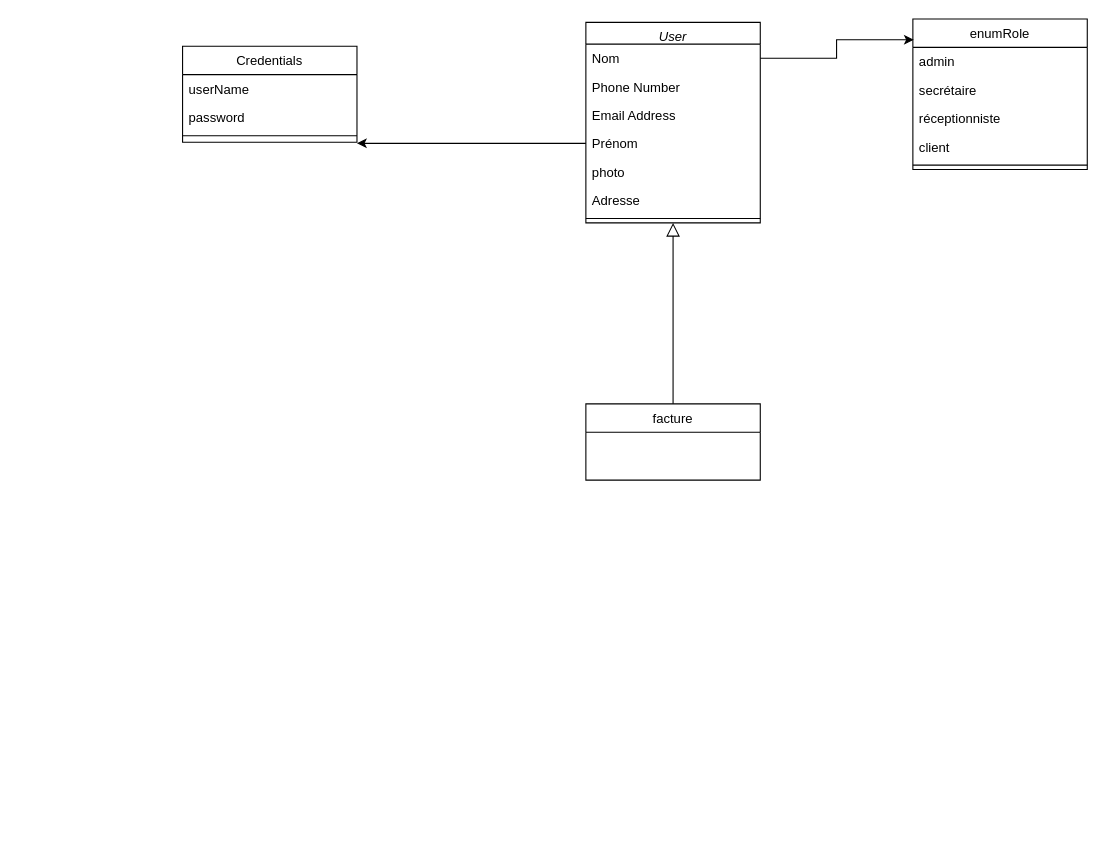
The draw.io diagram gestionGarage.drawio in DS1003/Sonatel-Academy, before the edit. Source tidied: cells renumbered, new cells numbered last; positions are measured from the earlier drawing's top-left corner, leaving out a move shared by most shapes. Both pictures are drawn from the tidied source at 109%, with x=0, y=0 at pixel (182, 19).
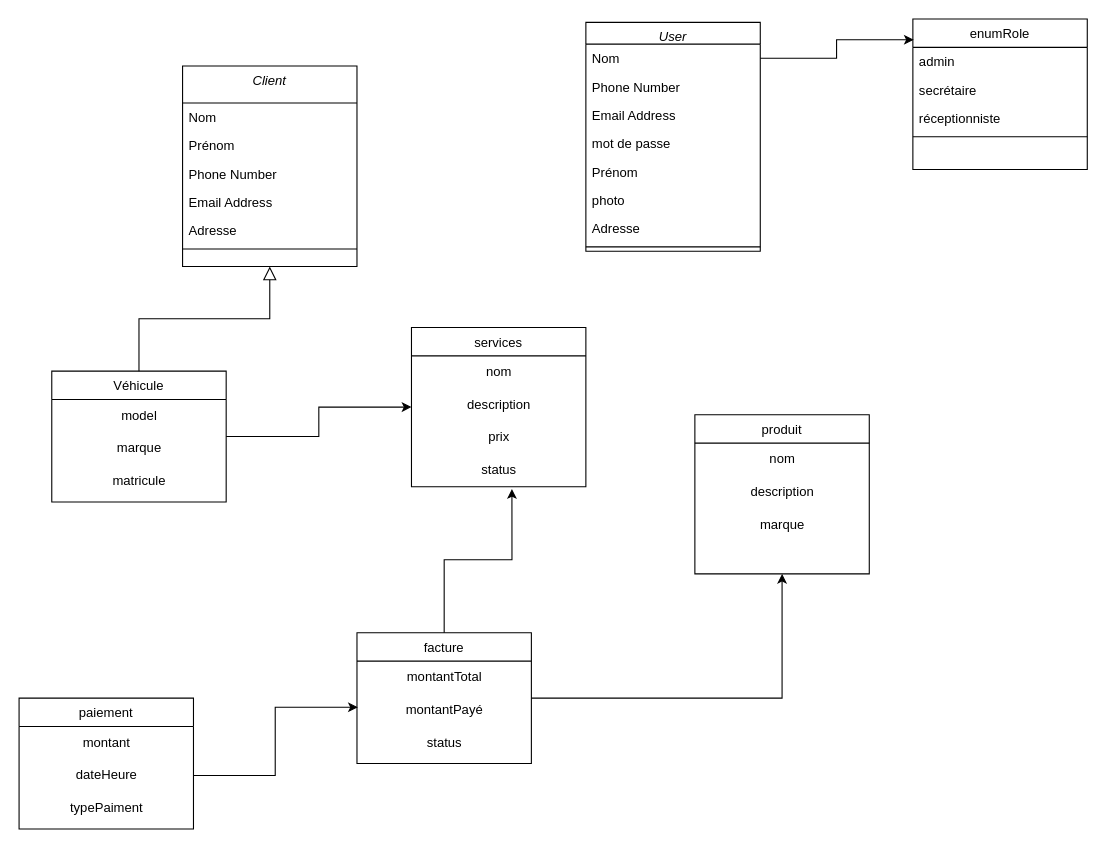
After the change.

Commit message (it also covers changes not shown here):
Mettre à jour gestionGarage.drawio

The change refers to these unchanged cells:
```xml
<mxCell id="17" value="enumRole" style="swimlane;fontStyle=0;align=center;verticalAlign=top;horizontal=1;startSize=26;rounded=0;shadow=0;strokeWidth=1;" parent="1" vertex="1">
  <mxGeometry x="670" width="160" height="138" as="geometry" />
</mxCell>
```

The edit, as a diff of the source:
```diff
@@
     <mxCell id="2" value="User" style="swimlane;fontStyle=2;align=center;verticalAlign=top;horizontal=1;startSize=20;rounded=0;shadow=0;strokeWidth=1;" parent="1" vertex="1">
-      <mxGeometry x="370" y="3" width="160" height="184" as="geometry" />
+      <mxGeometry x="370" y="3" width="160" height="210" as="geometry" />
     </mxCell>
@@
-    <mxCell id="6" style="edgeStyle=orthogonalEdgeStyle;rounded=0;jettySize=auto;html=1;" parent="2" edge="1" source="7">
-      <mxGeometry relative="1" as="geometry">
-        <mxPoint x="-210" y="111" as="targetPoint" />
-      </mxGeometry>
-    </mxCell>
+    <mxCell id="24" value="mot de passe" style="text;align=left;verticalAlign=top;spacingLeft=4;spacingRight=4;overflow=hidden;rounded=0;shadow=0;html=0;" parent="2" vertex="1">
+      <mxGeometry y="98" width="160" height="26" as="geometry" />
+    </mxCell>
     <mxCell id="7" value="Prénom" style="text;align=left;verticalAlign=top;spacingLeft=4;spacingRight=4;overflow=hidden;points=[[0,0.5],[1,0.5]];portConstraint=eastwest;" parent="2" vertex="1">
-      <mxGeometry y="98" width="160" height="26" as="geometry" />
+      <mxGeometry y="124" width="160" height="26" as="geometry" />
     </mxCell>
     <mxCell id="8" value="photo" style="text;align=left;verticalAlign=top;spacingLeft=4;spacingRight=4;overflow=hidden;rounded=0;shadow=0;html=0;" parent="2" vertex="1">
-      <mxGeometry y="124" width="160" height="26" as="geometry" />
+      <mxGeometry y="150" width="160" height="26" as="geometry" />
     </mxCell>
     <mxCell id="9" value="Adresse" style="text;align=left;verticalAlign=top;spacingLeft=4;spacingRight=4;overflow=hidden;rounded=0;shadow=0;html=0;" parent="2" vertex="1">
-      <mxGeometry y="150" width="160" height="26" as="geometry" />
+      <mxGeometry y="176" width="160" height="26" as="geometry" />
     </mxCell>
     <mxCell id="10" style="line;html=1;strokeWidth=1;align=left;verticalAlign=middle;spacingTop=-1;spacingLeft=3;spacingRight=3;labelPosition=right;" parent="2" vertex="1">
-      <mxGeometry y="176" width="160" height="8" as="geometry" />
+      <mxGeometry y="202" width="160" height="8" as="geometry" />
     </mxCell>
+    <mxCell id="25" style="edgeStyle=orthogonalEdgeStyle;rounded=0;jettySize=auto;html=1;" parent="1" edge="1" source="11" target="29">
+      <mxGeometry relative="1" as="geometry" />
+    </mxCell>
-    <mxCell id="11" value="facture" style="swimlane;fontStyle=0;align=center;verticalAlign=top;horizontal=1;startSize=26;rounded=0;shadow=0;strokeWidth=1;" parent="1" vertex="1">
-      <mxGeometry x="370" y="353" width="160" height="70" as="geometry" />
+    <mxCell id="11" value="Véhicule" style="swimlane;fontStyle=0;align=center;verticalAlign=top;horizontal=1;startSize=26;rounded=0;shadow=0;strokeWidth=1;" parent="1" vertex="1">
+      <mxGeometry x="-120" y="323" width="160" height="120" as="geometry" />
     </mxCell>
+    <mxCell id="26" value="model" style="text;html=1;align=center;verticalAlign=middle;strokeColor=none;fillColor=none;" parent="11" vertex="1">
+      <mxGeometry y="26" width="160" height="30" as="geometry" />
+    </mxCell>
+    <mxCell id="27" value="marque" style="text;html=1;align=center;verticalAlign=middle;strokeColor=none;fillColor=none;" parent="11" vertex="1">
+      <mxGeometry y="56" width="160" height="30" as="geometry" />
+    </mxCell>
+    <mxCell id="28" value="matricule" style="text;html=1;align=center;verticalAlign=middle;strokeColor=none;fillColor=none;" parent="11" vertex="1">
+      <mxGeometry y="86" width="160" height="30" as="geometry" />
+    </mxCell>
-    <mxCell id="12" style="endArrow=block;endSize=10;endFill=0;shadow=0;strokeWidth=1;rounded=0;curved=0;edgeStyle=elbowEdgeStyle;elbow=vertical;" parent="1" edge="1" source="11" target="2">
+    <mxCell id="12" style="endArrow=block;endSize=10;endFill=0;shadow=0;strokeWidth=1;rounded=0;curved=0;edgeStyle=elbowEdgeStyle;elbow=vertical;entryX=0.5;entryY=1;entryDx=0;entryDy=0;" parent="1" edge="1" source="11" target="38">
       <mxGeometry relative="1" as="geometry" />
     </mxCell>
-    <mxCell id="13" value="Credentials" style="swimlane;fontStyle=0;align=center;verticalAlign=top;horizontal=1;startSize=26;rounded=0;shadow=0;strokeWidth=1;" parent="1" vertex="1">
-      <mxGeometry y="25" width="160" height="88" as="geometry" />
-    </mxCell>
-    <mxCell id="14" value="userName" style="text;align=left;verticalAlign=top;spacingLeft=4;spacingRight=4;overflow=hidden;" parent="13" vertex="1">
-      <mxGeometry y="26" width="160" height="26" as="geometry" />
-    </mxCell>
-    <mxCell id="15" value="password" style="text;align=left;verticalAlign=top;spacingLeft=4;spacingRight=4;overflow=hidden;rounded=0;shadow=0;html=0;" parent="13" vertex="1">
-      <mxGeometry y="52" width="160" height="26" as="geometry" />
-    </mxCell>
-    <mxCell id="16" style="line;html=1;strokeWidth=1;align=left;verticalAlign=middle;spacingTop=-1;spacingLeft=3;spacingRight=3;labelPosition=right;" parent="13" vertex="1">
-      <mxGeometry y="78" width="160" height="8" as="geometry" />
-    </mxCell>
@@
-    <mxCell id="21" value="client" style="text;align=left;verticalAlign=top;spacingLeft=4;spacingRight=4;overflow=hidden;rounded=0;shadow=0;html=0;" parent="17" vertex="1">
-      <mxGeometry y="104" width="160" height="26" as="geometry" />
-    </mxCell>
     <mxCell id="22" style="line;html=1;strokeWidth=1;align=left;verticalAlign=middle;spacingTop=-1;spacingLeft=3;spacingRight=3;labelPosition=right;" parent="17" vertex="1">
-      <mxGeometry y="130" width="160" height="8" as="geometry" />
+      <mxGeometry y="104" width="160" height="8" as="geometry" />
     </mxCell>
@@
+    <mxCell id="29" value="services" style="swimlane;fontStyle=0;align=center;verticalAlign=top;horizontal=1;startSize=26;rounded=0;shadow=0;strokeWidth=1;" parent="1" vertex="1">
+      <mxGeometry x="210" y="283" width="160" height="146" as="geometry" />
+    </mxCell>
+    <mxCell id="30" value="nom" style="text;html=1;align=center;verticalAlign=middle;strokeColor=none;fillColor=none;" parent="29" vertex="1">
+      <mxGeometry y="26" width="160" height="30" as="geometry" />
+    </mxCell>
+    <mxCell id="31" value="description" style="text;html=1;align=center;verticalAlign=middle;strokeColor=none;fillColor=none;" parent="29" vertex="1">
+      <mxGeometry y="56" width="160" height="30" as="geometry" />
+    </mxCell>
+    <mxCell id="32" value="prix" style="text;html=1;align=center;verticalAlign=middle;strokeColor=none;fillColor=none;" parent="29" vertex="1">
+      <mxGeometry y="86" width="160" height="30" as="geometry" />
+    </mxCell>
+    <mxCell id="33" value="status" style="text;html=1;align=center;verticalAlign=middle;points=[];strokeColor=none;fillColor=none;" parent="29" vertex="1">
+      <mxGeometry y="116" width="160" height="30" as="geometry" />
+    </mxCell>
+    <mxCell id="34" value="produit" style="swimlane;fontStyle=0;align=center;verticalAlign=top;horizontal=1;startSize=26;rounded=0;shadow=0;strokeWidth=1;" parent="1" vertex="1">
+      <mxGeometry x="470" y="363" width="160" height="146" as="geometry" />
+    </mxCell>
+    <mxCell id="35" value="nom" style="text;html=1;align=center;verticalAlign=middle;strokeColor=none;fillColor=none;" parent="34" vertex="1">
+      <mxGeometry y="26" width="160" height="30" as="geometry" />
+    </mxCell>
+    <mxCell id="36" value="description" style="text;html=1;align=center;verticalAlign=middle;strokeColor=none;fillColor=none;" parent="34" vertex="1">
+      <mxGeometry y="56" width="160" height="30" as="geometry" />
+    </mxCell>
+    <mxCell id="37" value="marque" style="text;html=1;align=center;verticalAlign=middle;strokeColor=none;fillColor=none;" parent="34" vertex="1">
+      <mxGeometry y="86" width="160" height="30" as="geometry" />
+    </mxCell>
+    <mxCell id="38" value="Client" style="swimlane;fontStyle=2;align=center;verticalAlign=top;horizontal=1;startSize=34;rounded=0;shadow=0;strokeWidth=1;" parent="1" vertex="1">
+      <mxGeometry y="43" width="160" height="184" as="geometry" />
+    </mxCell>
+    <mxCell id="39" value="Nom" style="text;align=left;verticalAlign=top;spacingLeft=4;spacingRight=4;overflow=hidden;" parent="38" vertex="1">
+      <mxGeometry y="34" width="160" height="26" as="geometry" />
+    </mxCell>
+    <mxCell id="40" value="Prénom" style="text;align=left;verticalAlign=top;spacingLeft=4;spacingRight=4;overflow=hidden;" parent="38" vertex="1">
+      <mxGeometry y="60" width="160" height="26" as="geometry" />
+    </mxCell>
+    <mxCell id="41" value="Phone Number" style="text;align=left;verticalAlign=top;spacingLeft=4;spacingRight=4;overflow=hidden;rounded=0;shadow=0;html=0;" parent="38" vertex="1">
+      <mxGeometry y="86" width="160" height="26" as="geometry" />
+    </mxCell>
+    <mxCell id="42" value="Email Address" style="text;align=left;verticalAlign=top;spacingLeft=4;spacingRight=4;overflow=hidden;rounded=0;shadow=0;html=0;" parent="38" vertex="1">
+      <mxGeometry y="112" width="160" height="26" as="geometry" />
+    </mxCell>
+    <mxCell id="43" value="Adresse" style="text;align=left;verticalAlign=top;spacingLeft=4;spacingRight=4;overflow=hidden;rounded=0;shadow=0;html=0;" parent="38" vertex="1">
+      <mxGeometry y="138" width="160" height="26" as="geometry" />
+    </mxCell>
+    <mxCell id="44" style="line;html=1;strokeWidth=1;align=left;verticalAlign=middle;spacingTop=-1;spacingLeft=3;spacingRight=3;labelPosition=right;" parent="38" vertex="1">
+      <mxGeometry y="164" width="160" height="8" as="geometry" />
+    </mxCell>
+    <mxCell id="45" style="edgeStyle=orthogonalEdgeStyle;rounded=0;jettySize=auto;html=1;entryX=0.5;entryY=1;entryDx=0;entryDy=0;" parent="1" edge="1" source="46" target="34">
+      <mxGeometry relative="1" as="geometry" />
+    </mxCell>
+    <mxCell id="46" value="facture" style="swimlane;fontStyle=0;align=center;verticalAlign=top;horizontal=1;startSize=26;rounded=0;shadow=0;strokeWidth=1;" parent="1" vertex="1">
+      <mxGeometry x="160" y="563" width="160" height="120" as="geometry" />
+    </mxCell>
+    <mxCell id="47" value="montantTotal" style="text;html=1;align=center;verticalAlign=middle;strokeColor=none;fillColor=none;" parent="46" vertex="1">
+      <mxGeometry y="26" width="160" height="30" as="geometry" />
+    </mxCell>
+    <mxCell id="48" value="montantPayé" style="text;html=1;align=center;verticalAlign=middle;points=[];strokeColor=none;fillColor=none;" parent="46" vertex="1">
+      <mxGeometry y="56" width="160" height="30" as="geometry" />
+    </mxCell>
+    <mxCell id="49" value="status" style="text;html=1;align=center;verticalAlign=middle;strokeColor=none;fillColor=none;" parent="46" vertex="1">
+      <mxGeometry y="86" width="160" height="30" as="geometry" />
+    </mxCell>
+    <mxCell id="50" style="edgeStyle=orthogonalEdgeStyle;rounded=0;jettySize=auto;html=1;entryX=0.576;entryY=1.072;entryDx=0;entryDy=0;entryPerimeter=0;" parent="1" edge="1" source="46" target="33">
+      <mxGeometry relative="1" as="geometry" />
+    </mxCell>
+    <mxCell id="51" value="paiement" style="swimlane;fontStyle=0;align=center;verticalAlign=top;horizontal=1;startSize=26;rounded=0;shadow=0;strokeWidth=1;" parent="1" vertex="1">
+      <mxGeometry x="-150" y="623" width="160" height="120" as="geometry" />
+    </mxCell>
+    <mxCell id="52" value="montant" style="text;html=1;align=center;verticalAlign=middle;strokeColor=none;fillColor=none;" parent="51" vertex="1">
+      <mxGeometry y="26" width="160" height="30" as="geometry" />
+    </mxCell>
+    <mxCell id="53" value="dateHeure" style="text;html=1;align=center;verticalAlign=middle;points=[];strokeColor=none;fillColor=none;" parent="51" vertex="1">
+      <mxGeometry y="56" width="160" height="30" as="geometry" />
+    </mxCell>
+    <mxCell id="54" value="typePaiment" style="text;html=1;align=center;verticalAlign=middle;strokeColor=none;fillColor=none;" parent="51" vertex="1">
+      <mxGeometry y="86" width="160" height="30" as="geometry" />
+    </mxCell>
+    <mxCell id="55" style="edgeStyle=orthogonalEdgeStyle;rounded=0;jettySize=auto;html=1;entryX=0.005;entryY=0.41;entryDx=0;entryDy=0;entryPerimeter=0;" parent="1" edge="1" source="53" target="48">
+      <mxGeometry relative="1" as="geometry" />
+    </mxCell>
```
